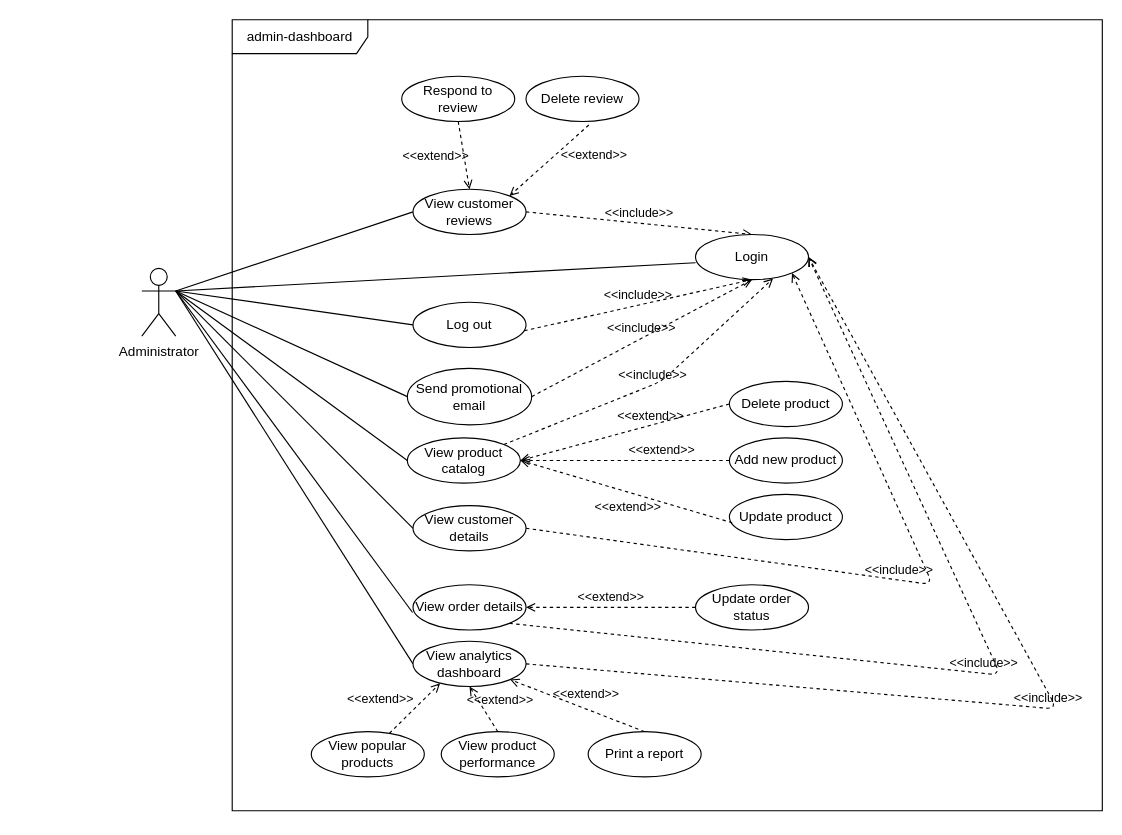
The draw.io diagram page "admin-dashboard" (2 of 2) of resources/diagrams/use-case.dio in steamysips/steamy-sips, before the edit. Source tidied: cells renumbered, new cells numbered last; positions are measured from the earlier drawing's top-left corner, leaving out a move shared by most shapes. Both pictures are drawn from the tidied source at 113%, with x=0, y=0 at pixel (141, 19).
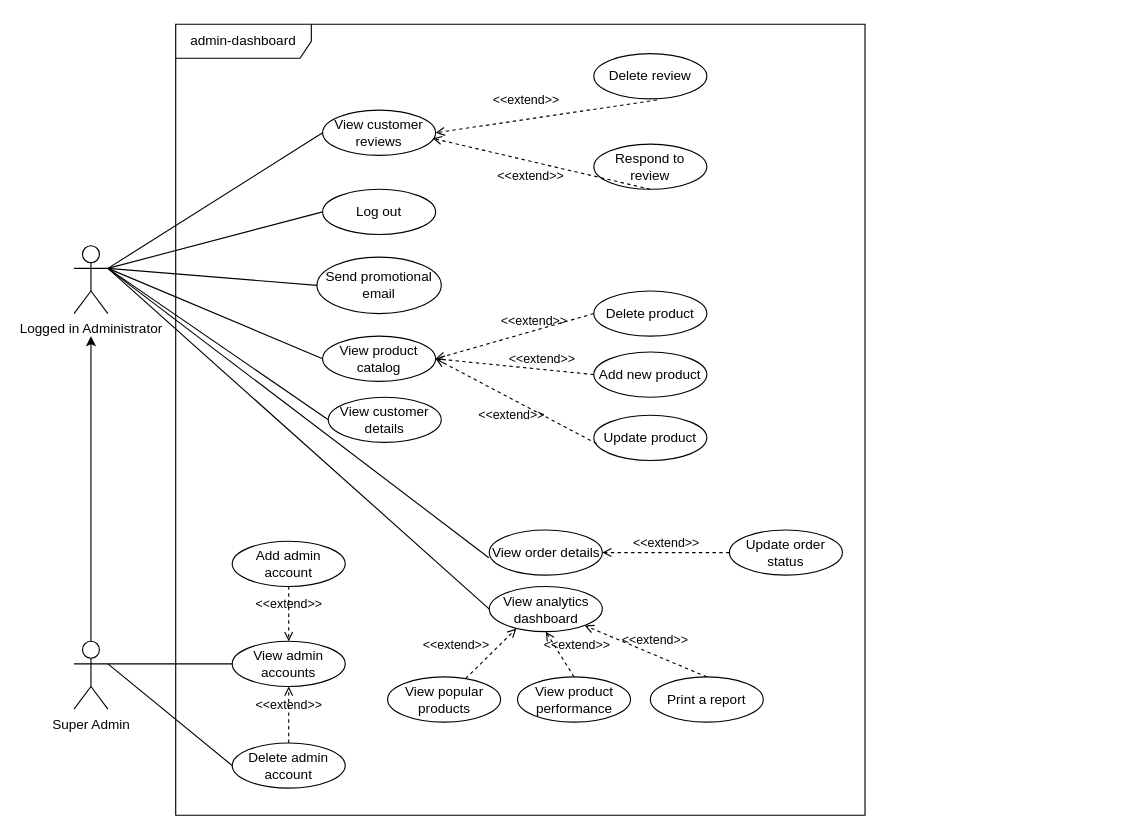
After the change.

The edit, as a diff of the source:
```diff
@@
-    <mxCell id="2" value="Administrator" style="shape=umlActor;verticalLabelPosition=bottom;verticalAlign=top;html=1;" parent="1" vertex="1">
-      <mxGeometry y="220" width="30" height="60" as="geometry" />
+    <mxCell id="2" value="Logged in Administrator" style="shape=umlActor;verticalLabelPosition=bottom;verticalAlign=top;html=1;" parent="1" vertex="1">
+      <mxGeometry x="-60" y="200" width="30" height="60" as="geometry" />
     </mxCell>
-    <mxCell id="3" style="endArrow=none;html=1;rounded=0;exitX=0;exitY=0.625;exitDx=0;exitDy=0;entryX=1;entryY=0.3333333333333333;entryDx=0;entryDy=0;entryPerimeter=0;exitPerimeter=0;" parent="1" edge="1" source="13" target="2">
-      <mxGeometry relative="1" as="geometry" />
-    </mxCell>
@@
-    <mxCell id="10" value="&amp;lt;&amp;lt;include&amp;gt;&amp;gt;" style="html=1;verticalAlign=bottom;labelBackgroundColor=none;endArrow=open;endFill=0;dashed=1;exitX=1;exitY=0.5;exitDx=0;exitDy=0;entryX=0.5;entryY=0;entryDx=0;entryDy=0;" parent="1" edge="1" source="12" target="13">
-      <mxGeometry relative="1" as="geometry" />
-    </mxCell>
     <mxCell id="11" value="admin-dashboard" style="shape=umlFrame;whiteSpace=wrap;html=1;width=120;height=30;" parent="1" vertex="1">
-      <mxGeometry x="80" width="770" height="700" as="geometry" />
+      <mxGeometry x="30" y="4" width="610" height="700" as="geometry" />
     </mxCell>
     <mxCell id="12" value="View customer reviews" style="ellipse;whiteSpace=wrap;html=1;align=center;" parent="1" vertex="1">
-      <mxGeometry x="240" y="150" width="100" height="40" as="geometry" />
+      <mxGeometry x="160" y="80" width="100" height="40" as="geometry" />
     </mxCell>
-    <mxCell id="13" value="Login" style="ellipse;whiteSpace=wrap;html=1;align=center;" parent="1" vertex="1">
-      <mxGeometry x="490" y="190" width="100" height="40" as="geometry" />
-    </mxCell>
     <mxCell id="14" value="Log out" style="ellipse;whiteSpace=wrap;html=1;align=center;" parent="1" vertex="1">
-      <mxGeometry x="240" y="250" width="100" height="40" as="geometry" />
+      <mxGeometry x="160" y="150" width="100" height="40" as="geometry" />
     </mxCell>
     <mxCell id="15" value="View analytics dashboard" style="ellipse;whiteSpace=wrap;html=1;align=center;" parent="1" vertex="1">
-      <mxGeometry x="240" y="550" width="100" height="40" as="geometry" />
+      <mxGeometry x="307.5" y="501.5" width="100" height="40" as="geometry" />
     </mxCell>
     <mxCell id="16" value="View product&lt;br&gt;catalog" style="ellipse;whiteSpace=wrap;html=1;align=center;" parent="1" vertex="1">
-      <mxGeometry x="235" y="370" width="100" height="40" as="geometry" />
+      <mxGeometry x="160" y="280" width="100" height="40" as="geometry" />
     </mxCell>
     <mxCell id="17" value="Add new product" style="ellipse;whiteSpace=wrap;html=1;align=center;" parent="1" vertex="1">
-      <mxGeometry x="520" y="370" width="100" height="40" as="geometry" />
+      <mxGeometry x="400" y="294" width="100" height="40" as="geometry" />
     </mxCell>
     <mxCell id="18" value="Update product" style="ellipse;whiteSpace=wrap;html=1;align=center;" parent="1" vertex="1">
-      <mxGeometry x="520" y="420" width="100" height="40" as="geometry" />
+      <mxGeometry x="400" y="350" width="100" height="40" as="geometry" />
     </mxCell>
     <mxCell id="19" value="Delete product" style="ellipse;whiteSpace=wrap;html=1;align=center;" parent="1" vertex="1">
-      <mxGeometry x="520" y="320" width="100" height="40" as="geometry" />
+      <mxGeometry x="400" y="240" width="100" height="40" as="geometry" />
     </mxCell>
@@
-    <mxCell id="21" value="&amp;lt;&amp;lt;extend&amp;gt;&amp;gt;" style="html=1;verticalAlign=bottom;labelBackgroundColor=none;endArrow=open;endFill=0;dashed=1;exitX=0;exitY=0.5;exitDx=0;exitDy=0;" parent="1" edge="1" source="17">
-      <mxGeometry x="-0.35" relative="1" as="geometry">
-        <mxPoint x="335" y="390" as="targetPoint" />
-      </mxGeometry>
+    <mxCell id="21" value="&amp;lt;&amp;lt;extend&amp;gt;&amp;gt;" style="html=1;verticalAlign=bottom;labelBackgroundColor=none;endArrow=open;endFill=0;dashed=1;exitX=0;exitY=0.5;exitDx=0;exitDy=0;entryX=1;entryY=0.5;entryDx=0;entryDy=0;" parent="1" edge="1" source="17" target="16">
+      <mxGeometry x="-0.35" relative="1" as="geometry" />
     </mxCell>
@@
     <mxCell id="23" value="View customer details" style="ellipse;whiteSpace=wrap;html=1;align=center;" parent="1" vertex="1">
-      <mxGeometry x="240" y="430" width="100" height="40" as="geometry" />
+      <mxGeometry x="165" y="334" width="100" height="40" as="geometry" />
     </mxCell>
     <mxCell id="24" value="View order details" style="ellipse;whiteSpace=wrap;html=1;align=center;" parent="1" vertex="1">
-      <mxGeometry x="240" y="500" width="100" height="40" as="geometry" />
+      <mxGeometry x="307.5" y="451.5" width="100" height="40" as="geometry" />
     </mxCell>
     <mxCell id="25" value="Update order status" style="ellipse;whiteSpace=wrap;html=1;align=center;" parent="1" vertex="1">
-      <mxGeometry x="490" y="500" width="100" height="40" as="geometry" />
+      <mxGeometry x="520" y="451.5" width="100" height="40" as="geometry" />
     </mxCell>
     <mxCell id="26" value="Print a report" style="ellipse;whiteSpace=wrap;html=1;align=center;" parent="1" vertex="1">
-      <mxGeometry x="395" y="630" width="100" height="40" as="geometry" />
+      <mxGeometry x="450" y="581.5" width="100" height="40" as="geometry" />
     </mxCell>
@@
     <mxCell id="29" value="Respond to review" style="ellipse;whiteSpace=wrap;html=1;align=center;" parent="1" vertex="1">
-      <mxGeometry x="230" y="50" width="100" height="40" as="geometry" />
+      <mxGeometry x="400" y="110" width="100" height="40" as="geometry" />
     </mxCell>
-    <mxCell id="30" value="&amp;lt;&amp;lt;extend&amp;gt;&amp;gt;" style="html=1;verticalAlign=bottom;labelBackgroundColor=none;endArrow=open;endFill=0;dashed=1;exitX=0.5;exitY=1;exitDx=0;exitDy=0;entryX=0.5;entryY=0;entryDx=0;entryDy=0;" parent="1" edge="1" source="29" target="12">
-      <mxGeometry x="0.19" y="-26" relative="1" as="geometry" />
+    <mxCell id="30" value="&amp;lt;&amp;lt;extend&amp;gt;&amp;gt;" style="html=1;verticalAlign=bottom;labelBackgroundColor=none;endArrow=open;endFill=0;dashed=1;exitX=0.5;exitY=1;exitDx=0;exitDy=0;entryX=0.973;entryY=0.623;entryDx=0;entryDy=0;entryPerimeter=0;" parent="1" edge="1" source="29" target="12">
+      <mxGeometry x="0.24" y="-43" relative="1" as="geometry" />
     </mxCell>
     <mxCell id="31" value="Delete review" style="ellipse;whiteSpace=wrap;html=1;align=center;" parent="1" vertex="1">
-      <mxGeometry x="340" y="50" width="100" height="40" as="geometry" />
+      <mxGeometry x="400" y="30" width="100" height="40" as="geometry" />
     </mxCell>
-    <mxCell id="32" value="&amp;lt;&amp;lt;extend&amp;gt;&amp;gt;" style="html=1;verticalAlign=bottom;labelBackgroundColor=none;endArrow=open;endFill=0;dashed=1;exitX=0.556;exitY=1.078;exitDx=0;exitDy=0;exitPerimeter=0;entryX=1;entryY=0;entryDx=0;entryDy=0;" parent="1" edge="1" source="31" target="12">
-      <mxGeometry x="-0.55" y="30" relative="1" as="geometry" />
+    <mxCell id="32" value="&amp;lt;&amp;lt;extend&amp;gt;&amp;gt;" style="html=1;verticalAlign=bottom;labelBackgroundColor=none;endArrow=open;endFill=0;dashed=1;exitX=0.559;exitY=1.025;exitDx=0;exitDy=0;exitPerimeter=0;entryX=1;entryY=0.5;entryDx=0;entryDy=0;" parent="1" edge="1" source="31" target="12">
+      <mxGeometry x="0.23" y="59" relative="1" as="geometry" />
     </mxCell>
-    <mxCell id="33" value="&amp;lt;&amp;lt;include&amp;gt;&amp;gt;" style="html=1;verticalAlign=bottom;labelBackgroundColor=none;endArrow=open;endFill=0;dashed=1;exitX=0.985;exitY=0.63;exitDx=0;exitDy=0;entryX=0.5;entryY=1;entryDx=0;entryDy=0;exitPerimeter=0;" parent="1" edge="1" source="14" target="13">
-      <mxGeometry relative="1" as="geometry" />
-    </mxCell>
     <mxCell id="34" value="Send promotional email" style="ellipse;whiteSpace=wrap;html=1;align=center;" parent="1" vertex="1">
-      <mxGeometry x="235" y="308.5" width="110" height="50" as="geometry" />
+      <mxGeometry x="155" y="210" width="110" height="50" as="geometry" />
     </mxCell>
     <mxCell id="35" value="View popular products" style="ellipse;whiteSpace=wrap;html=1;align=center;" parent="1" vertex="1">
-      <mxGeometry x="150" y="630" width="100" height="40" as="geometry" />
+      <mxGeometry x="217.5" y="581.5" width="100" height="40" as="geometry" />
     </mxCell>
     <mxCell id="36" value="View product performance" style="ellipse;whiteSpace=wrap;html=1;align=center;" parent="1" vertex="1">
-      <mxGeometry x="265" y="630" width="100" height="40" as="geometry" />
+      <mxGeometry x="332.5" y="581.5" width="100" height="40" as="geometry" />
     </mxCell>
@@
+    <mxCell id="45" style="edgeStyle=none;html=1;exitX=0.5;exitY=0;exitDx=0;exitDy=0;exitPerimeter=0;" parent="1" edge="1" source="46">
+      <mxGeometry relative="1" as="geometry">
+        <mxPoint x="-45" y="280" as="targetPoint" />
+      </mxGeometry>
+    </mxCell>
+    <mxCell id="46" value="Super Admin" style="shape=umlActor;verticalLabelPosition=bottom;verticalAlign=top;html=1;" parent="1" vertex="1">
+      <mxGeometry x="-60" y="550" width="30" height="60" as="geometry" />
+    </mxCell>
+    <mxCell id="47" value="View admin accounts" style="ellipse;whiteSpace=wrap;html=1;align=center;" parent="1" vertex="1">
+      <mxGeometry x="80" y="550" width="100" height="40" as="geometry" />
+    </mxCell>
+    <mxCell id="48" value="Delete admin account" style="ellipse;whiteSpace=wrap;html=1;align=center;" parent="1" vertex="1">
+      <mxGeometry x="80" y="640" width="100" height="40" as="geometry" />
+    </mxCell>
+    <mxCell id="49" style="endArrow=none;html=1;rounded=0;exitX=0;exitY=0.5;exitDx=0;exitDy=0;entryX=1;entryY=0.3333333333333333;entryDx=0;entryDy=0;entryPerimeter=0;" parent="1" edge="1" source="48" target="46">
+      <mxGeometry relative="1" as="geometry" />
+    </mxCell>
+    <mxCell id="50" style="endArrow=none;html=1;rounded=0;exitX=0;exitY=0.5;exitDx=0;exitDy=0;entryX=1;entryY=0.3333333333333333;entryDx=0;entryDy=0;entryPerimeter=0;" parent="1" edge="1" source="47" target="46">
+      <mxGeometry relative="1" as="geometry" />
+    </mxCell>
+    <mxCell id="51" value="Add admin account" style="ellipse;whiteSpace=wrap;html=1;align=center;" parent="1" vertex="1">
+      <mxGeometry x="80" y="461.5" width="100" height="40" as="geometry" />
+    </mxCell>
+    <mxCell id="52" value="&amp;lt;&amp;lt;extend&amp;gt;&amp;gt;" style="html=1;verticalAlign=bottom;labelBackgroundColor=none;endArrow=open;endFill=0;dashed=1;exitX=0.5;exitY=1;exitDx=0;exitDy=0;entryX=0.5;entryY=0;entryDx=0;entryDy=0;" parent="1" edge="1" source="51" target="47">
+      <mxGeometry relative="1" as="geometry" />
+    </mxCell>
+    <mxCell id="53" value="&amp;lt;&amp;lt;extend&amp;gt;&amp;gt;" style="html=1;verticalAlign=bottom;labelBackgroundColor=none;endArrow=open;endFill=0;dashed=1;exitX=0.5;exitY=0;exitDx=0;exitDy=0;entryX=0.5;entryY=1;entryDx=0;entryDy=0;" parent="1" edge="1" source="48" target="47">
+      <mxGeometry relative="1" as="geometry" />
+    </mxCell>
@@
-    <mxCell id="40" value="&amp;lt;&amp;lt;include&amp;gt;&amp;gt;" style="html=1;verticalAlign=bottom;labelBackgroundColor=none;endArrow=open;endFill=0;dashed=1;exitX=1;exitY=0.5;exitDx=0;exitDy=0;entryX=0.5;entryY=1;entryDx=0;entryDy=0;" parent="1" edge="1" source="34" target="13">
-      <mxGeometry relative="1" as="geometry" />
-    </mxCell>
-    <mxCell id="41" value="&amp;lt;&amp;lt;include&amp;gt;&amp;gt;" style="html=1;verticalAlign=bottom;labelBackgroundColor=none;endArrow=open;endFill=0;dashed=1;exitX=1;exitY=0.5;exitDx=0;exitDy=0;entryX=1;entryY=1;entryDx=0;entryDy=0;" parent="1" edge="1" source="23" target="13">
-      <mxGeometry relative="1" as="geometry">
-        <Array as="points">
-          <mxPoint x="700" y="500" />
-        </Array>
-      </mxGeometry>
-    </mxCell>
-    <mxCell id="42" value="&amp;lt;&amp;lt;include&amp;gt;&amp;gt;" style="html=1;verticalAlign=bottom;labelBackgroundColor=none;endArrow=open;endFill=0;dashed=1;exitX=1;exitY=1;exitDx=0;exitDy=0;entryX=1;entryY=0.5;entryDx=0;entryDy=0;" parent="1" edge="1" source="24" target="13">
-      <mxGeometry relative="1" as="geometry">
-        <Array as="points">
-          <mxPoint x="760" y="580" />
-        </Array>
-      </mxGeometry>
-    </mxCell>
-    <mxCell id="43" value="&amp;lt;&amp;lt;include&amp;gt;&amp;gt;" style="html=1;verticalAlign=bottom;labelBackgroundColor=none;endArrow=open;endFill=0;dashed=1;exitX=1;exitY=0.5;exitDx=0;exitDy=0;" parent="1" edge="1" source="15">
-      <mxGeometry relative="1" as="geometry">
-        <mxPoint x="590" y="210" as="targetPoint" />
-        <Array as="points">
-          <mxPoint x="810" y="610" />
-        </Array>
-      </mxGeometry>
-    </mxCell>
-    <mxCell id="44" value="&amp;lt;&amp;lt;include&amp;gt;&amp;gt;" style="html=1;verticalAlign=bottom;labelBackgroundColor=none;endArrow=open;endFill=0;dashed=1;exitX=1;exitY=0;exitDx=0;exitDy=0;entryX=0.686;entryY=0.976;entryDx=0;entryDy=0;entryPerimeter=0;" parent="1" edge="1" source="16" target="13">
-      <mxGeometry relative="1" as="geometry">
-        <Array as="points">
-          <mxPoint x="460" y="320" />
-        </Array>
-      </mxGeometry>
-    </mxCell>
```
